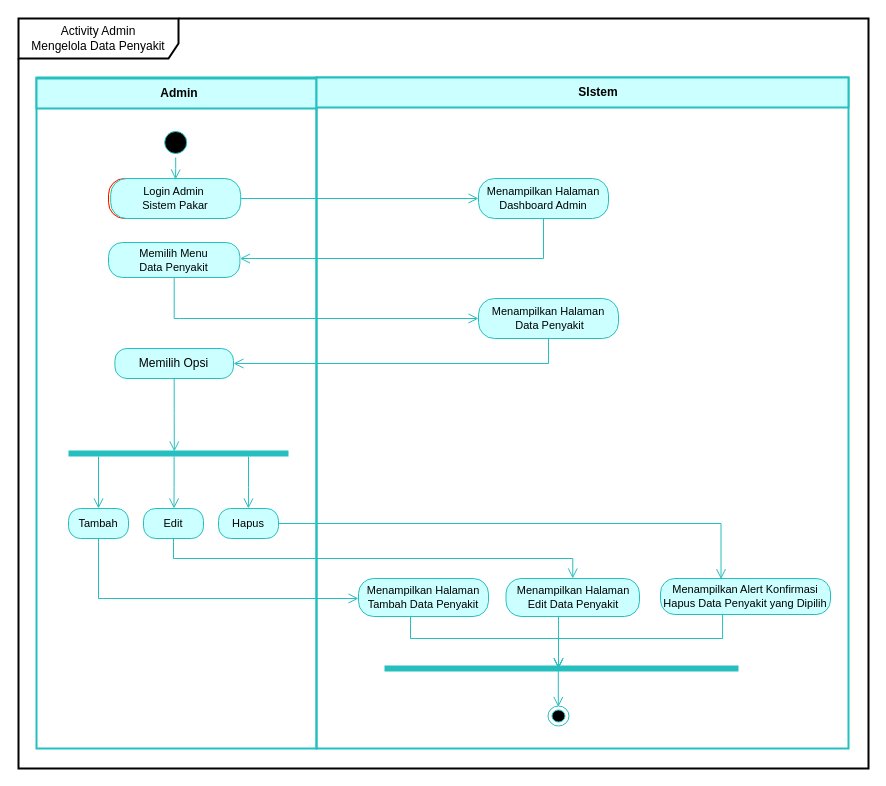
Above: page "Halaman-7" (7 of 32) of Diagram Tanpa Judul.drawio in RyanRamadhan11/drawio (draw.io), before the change. Source tidied: cells renumbered, new cells numbered last; positions are measured from the earlier drawing's top-left corner, leaving out a move shared by most shapes. Both pictures are drawn from the tidied source at 100%, with x=0, y=0 at pixel (18, 18).
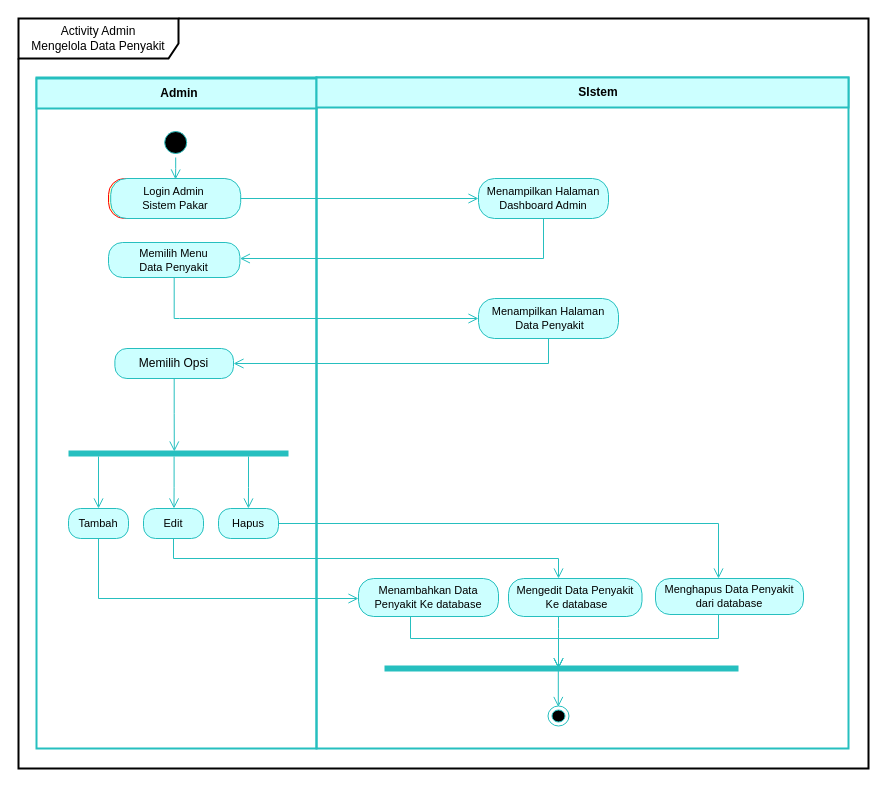
Above is the later version.

Unchanged cells that the change refers to:
```xml
<mxCell id="31" value="Edit" style="rounded=1;whiteSpace=wrap;html=1;arcSize=40;fontColor=#000000;fillColor=#CCFFFF;strokeColor=#26BFBF;fontSize=11;" parent="1" vertex="1">
  <mxGeometry x="125" y="490" width="60" height="30" as="geometry" />
</mxCell>
<mxCell id="32" value="Hapus" style="rounded=1;whiteSpace=wrap;html=1;arcSize=40;fontColor=#000000;fillColor=#CCFFFF;strokeColor=#26BFBF;fontSize=11;" parent="1" vertex="1">
  <mxGeometry x="200" y="490" width="60" height="30" as="geometry" />
</mxCell>
```

Change to the diagram source:
```diff
@@
-    <mxCell id="20" value="Menampilkan Halaman&lt;br style=&quot;border-color: var(--border-color);&quot;&gt;Tambah Data Penyakit" style="rounded=1;whiteSpace=wrap;html=1;arcSize=40;fontColor=#000000;fillColor=#CCFFFF;strokeColor=#26BFBF;fontSize=11;" parent="1" vertex="1">
-      <mxGeometry x="340" y="560" width="130" height="38" as="geometry" />
+    <mxCell id="20" value="Menambahkan Data &lt;br&gt;Penyakit Ke database" style="rounded=1;whiteSpace=wrap;html=1;arcSize=40;fontColor=#000000;fillColor=#CCFFFF;strokeColor=#26BFBF;fontSize=11;" parent="1" vertex="1">
+      <mxGeometry x="340" y="560" width="140" height="38" as="geometry" />
     </mxCell>
-    <mxCell id="21" value="Menampilkan Halaman&lt;br style=&quot;border-color: var(--border-color); font-size: 11px;&quot;&gt;&lt;span style=&quot;font-size: 11px;&quot;&gt;Edit Data Penyakit&lt;/span&gt;" style="rounded=1;whiteSpace=wrap;html=1;arcSize=40;fontColor=#000000;fillColor=#CCFFFF;strokeColor=#26BFBF;fontSize=11;" parent="1" vertex="1">
-      <mxGeometry x="487.5" y="560" width="133.5" height="38" as="geometry" />
+    <mxCell id="21" value="Mengedit Data Penyakit&lt;br style=&quot;border-color: var(--border-color);&quot;&gt;&amp;nbsp;Ke database" style="rounded=1;whiteSpace=wrap;html=1;arcSize=40;fontColor=#000000;fillColor=#CCFFFF;strokeColor=#26BFBF;fontSize=11;" parent="1" vertex="1">
+      <mxGeometry x="490" y="560" width="133.5" height="38" as="geometry" />
     </mxCell>
@@
-    <mxCell id="23" style="edgeStyle=orthogonalEdgeStyle;html=1;verticalAlign=bottom;endArrow=open;endSize=8;strokeColor=#26BFBF;rounded=0;entryX=0.5;entryY=0;entryDx=0;entryDy=0;exitX=0.5;exitY=1;exitDx=0;exitDy=0;" parent="1" edge="1" source="31" target="21">
-      <mxGeometry relative="1" as="geometry" />
+    <mxCell id="23" style="edgeStyle=orthogonalEdgeStyle;html=1;verticalAlign=bottom;endArrow=open;endSize=8;strokeColor=#26BFBF;rounded=0;exitX=0.5;exitY=1;exitDx=0;exitDy=0;" parent="1" edge="1" source="31">
+      <mxGeometry relative="1" as="geometry">
+        <mxPoint x="540" y="560" as="targetPoint" />
+        <Array as="points">
+          <mxPoint x="155" y="540" />
+          <mxPoint x="540" y="540" />
+          <mxPoint x="540" y="560" />
+        </Array>
+      </mxGeometry>
     </mxCell>
@@
-    <mxCell id="34" style="edgeStyle=orthogonalEdgeStyle;html=1;verticalAlign=bottom;endArrow=open;endSize=8;strokeColor=#26BFBF;rounded=0;entryX=0.356;entryY=0.018;entryDx=0;entryDy=0;exitX=1;exitY=0.5;exitDx=0;exitDy=0;entryPerimeter=0;" parent="1" edge="1" source="32" target="35">
-      <mxGeometry relative="1" as="geometry" />
+    <mxCell id="34" style="edgeStyle=orthogonalEdgeStyle;html=1;verticalAlign=bottom;endArrow=open;endSize=8;strokeColor=#26BFBF;rounded=0;exitX=1;exitY=0.5;exitDx=0;exitDy=0;" parent="1" edge="1" source="32" target="35">
+      <mxGeometry relative="1" as="geometry">
+        <Array as="points">
+          <mxPoint x="700" y="505" />
+        </Array>
+      </mxGeometry>
     </mxCell>
-    <mxCell id="35" value="Menampilkan Alert Konfirmasi Hapus Data Penyakit yang Dipilih" style="rounded=1;whiteSpace=wrap;html=1;arcSize=40;fontColor=#000000;fillColor=#CCFFFF;strokeColor=#26BFBF;fontSize=11;" parent="1" vertex="1">
-      <mxGeometry x="642" y="560" width="170" height="36" as="geometry" />
+    <mxCell id="35" value="Menghapus Data Penyakit&lt;br style=&quot;border-color: var(--border-color);&quot;&gt;dari database" style="rounded=1;whiteSpace=wrap;html=1;arcSize=40;fontColor=#000000;fillColor=#CCFFFF;strokeColor=#26BFBF;fontSize=11;" parent="1" vertex="1">
+      <mxGeometry x="637" y="560" width="148" height="36" as="geometry" />
     </mxCell>
@@
-    <mxCell id="39" style="edgeStyle=orthogonalEdgeStyle;html=1;verticalAlign=bottom;endArrow=open;endSize=8;strokeColor=#26BFBF;rounded=0;exitX=0.365;exitY=1.012;exitDx=0;exitDy=0;exitPerimeter=0;" parent="1" edge="1" source="35">
+    <mxCell id="39" style="edgeStyle=orthogonalEdgeStyle;html=1;verticalAlign=bottom;endArrow=open;endSize=8;strokeColor=#26BFBF;rounded=0;" parent="1" edge="1">
       <mxGeometry relative="1" as="geometry">
+        <mxPoint x="700" y="600" as="sourcePoint" />
         <mxPoint x="540" y="650" as="targetPoint" />
         <Array as="points">
-          <mxPoint x="704" y="620" />
+          <mxPoint x="700" y="596" />
+          <mxPoint x="700" y="620" />
           <mxPoint x="540" y="620" />
         </Array>
       </mxGeometry>
     </mxCell>
```
